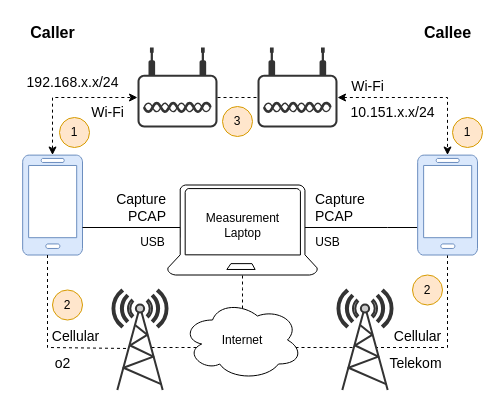
This is resources/WhatsappTest2.drawio from JustusvonderBeek/master-thesis-scripts-and-measures, a draw.io file, before an edit. Source tidied: cells renumbered, new cells numbered last; positions are measured from the earlier drawing's top-left corner, leaving out a move shared by most shapes. Both pictures are drawn from the tidied source at 100%, with x=0, y=0 at pixel (17, 17).
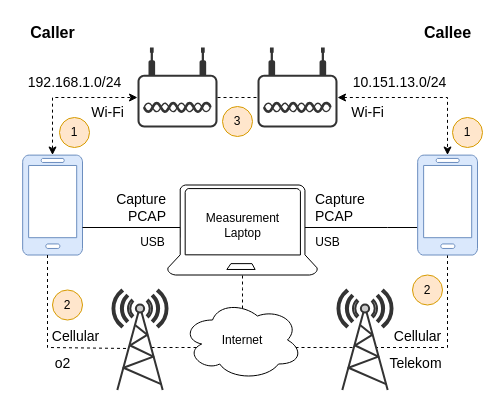
The same diagram, later.

Commit message (it also covers changes not shown here):
replace x.x addresses

The change refers to these unchanged cells:
```xml
<mxCell id="28" style="points=[[0.03,0.36,0],[0.18,0,0],[0.5,0.34,0],[0.82,0,0],[0.97,0.36,0],[1,0.67,0],[0.975,0.975,0],[0.5,1,0],[0.025,0.975,0],[0,0.67,0]];verticalLabelPosition=bottom;sketch=0;html=1;verticalAlign=top;align=center;shape=mxgraph.cisco19.wireless_access_point;fillColor=#333333;strokeColor=none;" parent="1" vertex="1">
  <mxGeometry x="240" y="30" width="80" height="80" as="geometry" />
</mxCell>
<mxCell id="33" style="verticalLabelPosition=bottom;html=1;verticalAlign=top;align=center;shape=mxgraph.azure.mobile;fillColor=#dae8fc;strokeColor=#6c8ebf;" parent="1" vertex="1">
  <mxGeometry x="400" y="137.5" width="60" height="100" as="geometry" />
</mxCell>
```

Diff of the diagram source:
```diff
@@
-    <mxCell id="14" value="&lt;div style=&quot;font-size: 14px;&quot;&gt;Wi-Fi&lt;/div&gt;" style="endArrow=classic;dashed=1;html=1;rounded=0;fontStyle=0;fontSize=14;labelBorderColor=none;textShadow=0;labelBackgroundColor=none;verticalAlign=bottom;spacing=2;edgeStyle=orthogonalEdgeStyle;startArrow=classic;startFill=1;endFill=1;" parent="1" edge="1" source="28" target="33">
+    <mxCell id="14" value="&lt;div style=&quot;font-size: 14px;&quot;&gt;Wi-Fi&lt;/div&gt;" style="endArrow=classic;dashed=1;html=1;rounded=0;fontStyle=0;fontSize=14;labelBorderColor=none;textShadow=0;labelBackgroundColor=none;verticalAlign=top;spacing=2;edgeStyle=orthogonalEdgeStyle;startArrow=classic;startFill=1;endFill=1;" parent="1" edge="1" source="28" target="33">
       <mxGeometry x="-0.64" relative="1" as="geometry">
         <Array as="points">
           <mxPoint x="430" y="80" />
         </Array>
       </mxGeometry>
     </mxCell>
@@
-    <mxCell id="21" value="10.151.x.x/24" style="text;html=1;align=center;verticalAlign=middle;strokeColor=none;fillColor=none;spacing=0;fontSize=14;" parent="1" vertex="1">
-      <mxGeometry x="325" y="80" width="100" height="30" as="geometry" />
+    <mxCell id="21" value="10.151.13.0/24" style="text;html=1;align=center;verticalAlign=middle;strokeColor=none;fillColor=none;spacing=0;fontSize=14;" parent="1" vertex="1">
+      <mxGeometry x="327" y="50" width="110" height="30" as="geometry" />
     </mxCell>
-    <mxCell id="22" value="&lt;span style=&quot;font-size: 14px;&quot;&gt;192.168.x.x/24&lt;/span&gt;" style="text;html=1;align=center;verticalAlign=middle;strokeColor=none;fillColor=none;spacing=0;fontSize=14;" parent="1" vertex="1">
-      <mxGeometry y="50" width="110" height="30" as="geometry" />
+    <mxCell id="22" value="&lt;span style=&quot;font-size: 14px;&quot;&gt;192.168.1.0/24&lt;/span&gt;" style="text;html=1;align=center;verticalAlign=middle;strokeColor=none;fillColor=none;spacing=0;fontSize=14;" parent="1" vertex="1">
+      <mxGeometry x="2" y="50" width="110" height="30" as="geometry" />
     </mxCell>
```
